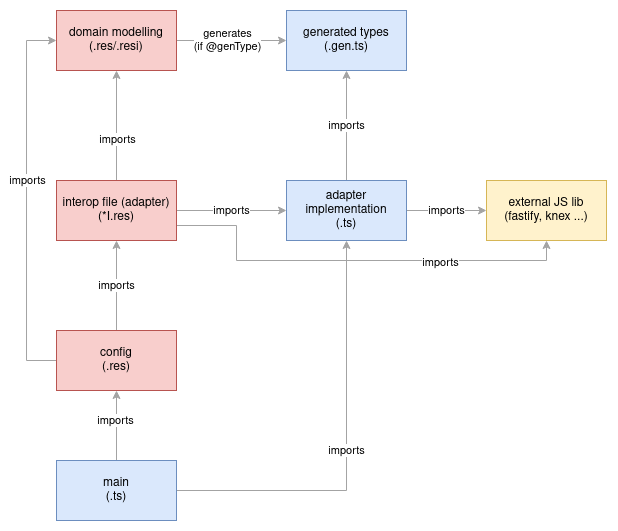
Before: _doc/compilation.png, a diagram exported from draw.io (err0r500/realworld-app-backend-rescript-ts). Source tidied: cells renumbered, new cells last; positions are measured from the earlier drawing's top-left corner, leaving out a move shared by most shapes.
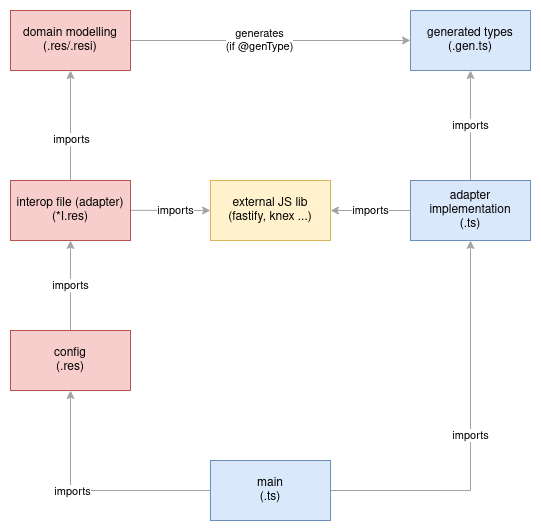
The same diagram one commit later.

Commit message:
feat(doc): update compilation schema

Change to the diagram source:
```diff
@@ -5,11 +5,11 @@
     <mxCell id="2" value="imports" style="edgeStyle=orthogonalEdgeStyle;rounded=0;jettySize=auto;html=1;entryX=0.5;entryY=1;entryDx=0;entryDy=0;strokeColor=#A3A3A3;fillColor=#f5f5f5;" parent="1" edge="1" source="4" target="8">
       <mxGeometry relative="1" as="geometry" />
     </mxCell>
-    <mxCell id="3" value="imports" style="edgeStyle=orthogonalEdgeStyle;rounded=0;jettySize=auto;html=1;entryX=0;entryY=0.5;entryDx=0;entryDy=0;startArrow=none;startFill=0;strokeColor=#A3A3A3;fillColor=#f5f5f5;" parent="1" edge="1" source="4" target="19">
+    <mxCell id="3" value="imports" style="edgeStyle=orthogonalEdgeStyle;rounded=0;jettySize=auto;html=1;entryX=1;entryY=0.5;entryDx=0;entryDy=0;startArrow=none;startFill=0;strokeColor=#A3A3A3;fillColor=#f5f5f5;" parent="1" edge="1" source="4" target="19">
       <mxGeometry relative="1" as="geometry" />
     </mxCell>
     <mxCell id="4" value="&lt;div&gt;adapter implementation&lt;/div&gt;&lt;div&gt;(.ts)&lt;br&gt;&lt;/div&gt;" style="rounded=0;whiteSpace=wrap;html=1;fillColor=#dae8fc;strokeColor=#6c8ebf;" parent="1" vertex="1">
-      <mxGeometry x="260" y="170" width="120" height="60" as="geometry" />
+      <mxGeometry x="430" y="170" width="120" height="60" as="geometry" />
     </mxCell>
     <mxCell id="5" style="edgeStyle=orthogonalEdgeStyle;rounded=0;jettySize=auto;html=1;entryX=0;entryY=0.5;entryDx=0;entryDy=0;strokeColor=#A3A3A3;fillColor=#f5f5f5;" parent="1" edge="1" source="7" target="8">
       <mxGeometry relative="1" as="geometry" />
@@ -21,28 +21,23 @@
       <mxGeometry x="30" width="120" height="60" as="geometry" />
     </mxCell>
     <mxCell id="8" value="&lt;div&gt;generated types&lt;/div&gt;&lt;div&gt;(.gen.ts)&lt;br&gt;&lt;/div&gt;" style="rounded=0;whiteSpace=wrap;html=1;fillColor=#dae8fc;strokeColor=#6c8ebf;" parent="1" vertex="1">
-      <mxGeometry x="260" width="120" height="60" as="geometry" />
+      <mxGeometry x="430" width="120" height="60" as="geometry" />
     </mxCell>
-    <mxCell id="9" value="imports" style="edgeStyle=orthogonalEdgeStyle;rounded=0;jettySize=auto;html=1;entryX=0;entryY=0.5;entryDx=0;entryDy=0;strokeColor=#A3A3A3;" parent="1" edge="1" source="14" target="4">
-      <mxGeometry relative="1" as="geometry" />
-    </mxCell>
     <mxCell id="10" style="edgeStyle=orthogonalEdgeStyle;rounded=0;jettySize=auto;html=1;entryX=0.5;entryY=1;entryDx=0;entryDy=0;startArrow=none;startFill=0;strokeColor=#A3A3A3;fillColor=#f5f5f5;" parent="1" edge="1" source="14" target="7">
       <mxGeometry relative="1" as="geometry" />
     </mxCell>
     <mxCell id="11" value="imports" style="edgeLabel;html=1;align=center;verticalAlign=middle;" parent="10" vertex="1">
       <mxGeometry x="-0.24" y="-1" relative="1" as="geometry" />
     </mxCell>
-    <mxCell id="12" style="edgeStyle=orthogonalEdgeStyle;rounded=0;jettySize=auto;html=1;exitX=1;exitY=0.75;exitDx=0;exitDy=0;entryX=0.5;entryY=1;entryDx=0;entryDy=0;fillColor=#f5f5f5;strokeColor=#A3A3A3;" parent="1" edge="1" source="14" target="19">
+    <mxCell id="12" style="edgeStyle=orthogonalEdgeStyle;rounded=0;jettySize=auto;html=1;exitX=1;exitY=0.5;exitDx=0;exitDy=0;entryX=0;entryY=0.5;entryDx=0;entryDy=0;fillColor=#f5f5f5;strokeColor=#A3A3A3;" parent="1" edge="1" target="19">
       <mxGeometry relative="1" as="geometry">
-        <Array as="points">
-          <mxPoint x="210" y="215" />
-          <mxPoint x="210" y="250" />
-          <mxPoint x="520" y="250" />
-        </Array>
+        <mxPoint x="150" y="199.8" as="sourcePoint" />
       </mxGeometry>
     </mxCell>
     <mxCell id="13" value="imports" style="edgeLabel;html=1;align=center;verticalAlign=middle;" parent="12" vertex="1">
-      <mxGeometry x="0.4" y="-2" relative="1" as="geometry" />
+      <mxGeometry x="0.4" y="-2" relative="1" as="geometry">
+        <mxPoint x="-12" y="-2" as="offset" />
+      </mxGeometry>
     </mxCell>
     <mxCell id="14" value="&lt;div&gt;interop file (adapter)&lt;/div&gt;&lt;div&gt;(*I.res)&lt;br&gt;&lt;/div&gt;" style="rounded=0;whiteSpace=wrap;html=1;fillColor=#f8cecc;strokeColor=#b85450;" parent="1" vertex="1">
       <mxGeometry x="30" y="170" width="120" height="60" as="geometry" />
@@ -50,22 +45,11 @@
     <mxCell id="15" value="imports" style="edgeStyle=orthogonalEdgeStyle;rounded=0;jettySize=auto;html=1;entryX=0.5;entryY=1;entryDx=0;entryDy=0;startArrow=none;startFill=0;strokeColor=#A3A3A3;fillColor=#f5f5f5;" parent="1" edge="1" source="18" target="14">
       <mxGeometry relative="1" as="geometry" />
     </mxCell>
-    <mxCell id="16" style="edgeStyle=orthogonalEdgeStyle;rounded=0;jettySize=auto;html=1;entryX=0;entryY=0.5;entryDx=0;entryDy=0;startArrow=none;startFill=0;strokeColor=#A3A3A3;fillColor=#f5f5f5;" parent="1" edge="1" source="18" target="7">
-      <mxGeometry relative="1" as="geometry">
-        <Array as="points">
-          <mxPoint y="350" />
-          <mxPoint y="30" />
-        </Array>
-      </mxGeometry>
-    </mxCell>
-    <mxCell id="17" value="imports" style="edgeLabel;html=1;align=center;verticalAlign=middle;" parent="16" vertex="1">
-      <mxGeometry x="0.11" y="-1" relative="1" as="geometry" />
-    </mxCell>
     <mxCell id="18" value="&lt;div&gt;config&lt;br&gt;&lt;/div&gt;&lt;div&gt;(.res)&lt;br&gt;&lt;/div&gt;" style="rounded=0;whiteSpace=wrap;html=1;fillColor=#f8cecc;strokeColor=#b85450;" parent="1" vertex="1">
       <mxGeometry x="30" y="320" width="120" height="60" as="geometry" />
     </mxCell>
     <mxCell id="19" value="&lt;div&gt;external JS lib&lt;br&gt;&lt;/div&gt;&lt;div&gt;(fastify, knex ...)&lt;br&gt;&lt;/div&gt;" style="rounded=0;whiteSpace=wrap;html=1;fillColor=#fff2cc;strokeColor=#d6b656;" parent="1" vertex="1">
-      <mxGeometry x="460" y="170" width="120" height="60" as="geometry" />
+      <mxGeometry x="230" y="170" width="120" height="60" as="geometry" />
     </mxCell>
     <mxCell id="20" style="edgeStyle=orthogonalEdgeStyle;rounded=0;jettySize=auto;html=1;entryX=0.5;entryY=1;entryDx=0;entryDy=0;fillColor=#f5f5f5;strokeColor=#A3A3A3;" parent="1" edge="1" source="23" target="18">
       <mxGeometry relative="1" as="geometry" />
@@ -77,7 +61,7 @@
       <mxGeometry relative="1" as="geometry" />
     </mxCell>
     <mxCell id="23" value="&lt;div&gt;main&lt;/div&gt;&lt;div&gt;(.ts)&lt;br&gt;&lt;/div&gt;" style="rounded=0;whiteSpace=wrap;html=1;fillColor=#dae8fc;strokeColor=#6c8ebf;" parent="1" vertex="1">
-      <mxGeometry x="30" y="450" width="120" height="60" as="geometry" />
+      <mxGeometry x="230" y="450" width="120" height="60" as="geometry" />
     </mxCell>
   </root>
 </mxGraphModel>
```
